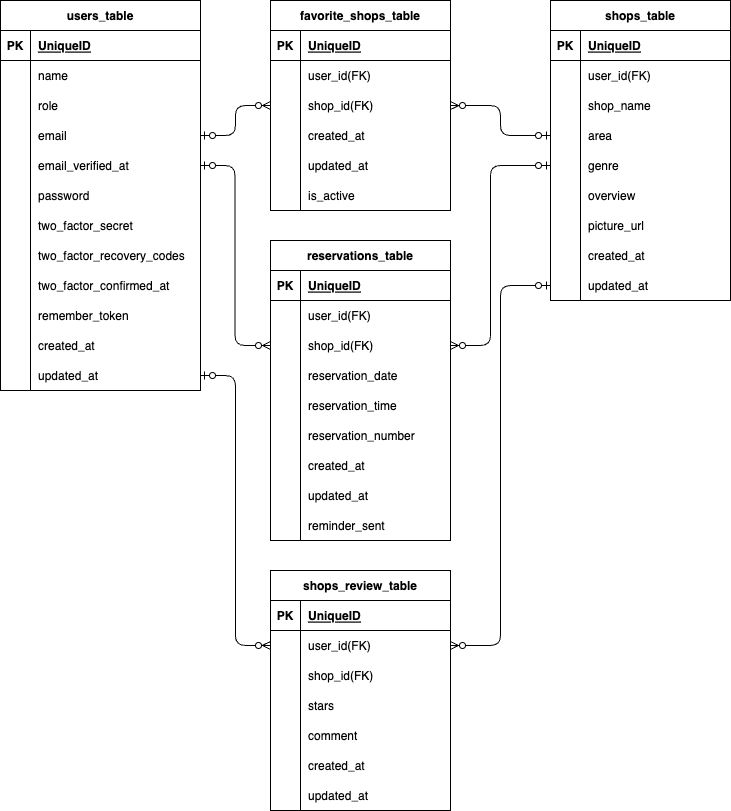
This is src/ER_drawing.drawio.png from hirokam/Rese_dev, a draw.io export, as it was before one commit. Source tidied: cells renumbered, new cells last; positions are measured from the earlier drawing's top-left corner, leaving out a move shared by most shapes.
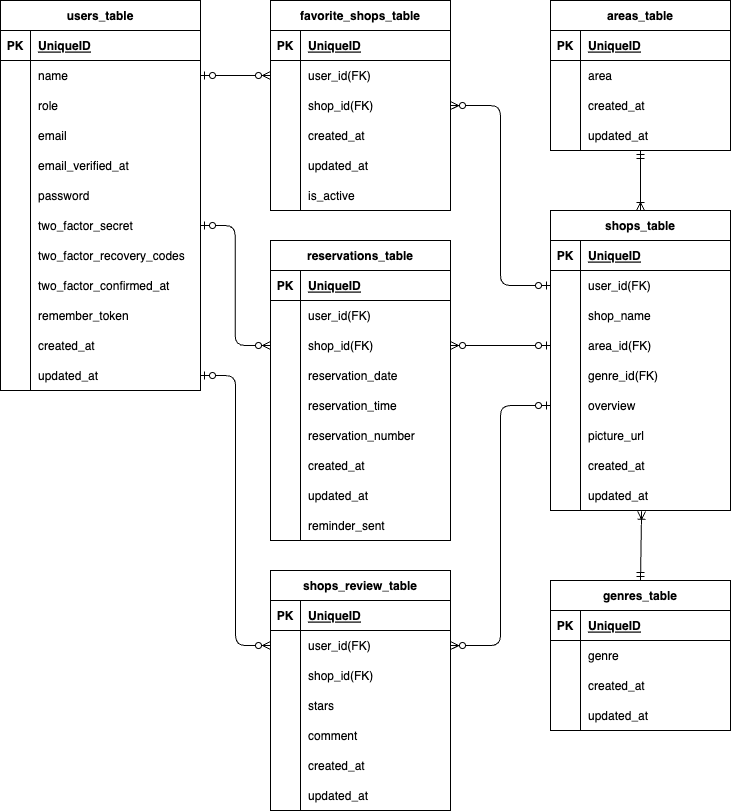
The same diagram one commit later.

What changed in the source:
```diff
@@ -114,7 +114,7 @@
       <mxGeometry x="30" width="170" height="30" as="geometry" />
     </mxCell>
     <mxCell id="39" value="shops_table" style="shape=table;startSize=30;rowLines=0;fontStyle=1;align=center;" parent="1" vertex="1">
-      <mxGeometry x="550" width="180" height="300" as="geometry" />
+      <mxGeometry x="550" y="210" width="180" height="300" as="geometry" />
     </mxCell>
     <mxCell id="40" style="shape=tableRow;horizontal=0;startSize=0;swimlaneHead=0;swimlaneBody=0;fillColor=none;top=0;left=0;right=0;bottom=1;" parent="39" vertex="1">
       <mxGeometry y="30" width="180" height="30" as="geometry" />
@@ -149,7 +149,7 @@
     <mxCell id="50" style="shape=partialRectangle;fillColor=none;top=0;left=0;bottom=0;right=0;overflow=hidden;" parent="49" vertex="1">
       <mxGeometry width="30" height="30" as="geometry" />
     </mxCell>
-    <mxCell id="51" value="area" style="shape=partialRectangle;fillColor=none;top=0;left=0;bottom=0;right=0;align=left;spacingLeft=6;overflow=hidden;" parent="49" vertex="1">
+    <mxCell id="51" value="area_id(FK)" style="shape=partialRectangle;fillColor=none;top=0;left=0;bottom=0;right=0;align=left;spacingLeft=6;overflow=hidden;" parent="49" vertex="1">
       <mxGeometry x="30" width="150" height="30" as="geometry" />
     </mxCell>
     <mxCell id="52" style="shape=tableRow;horizontal=0;startSize=0;swimlaneHead=0;swimlaneBody=0;fillColor=none;points=[[0,0.5],[1,0.5]];portConstraint=eastwest;top=0;left=0;right=0;bottom=0;" parent="39" vertex="1">
@@ -158,7 +158,7 @@
     <mxCell id="53" style="shape=partialRectangle;fillColor=none;top=0;left=0;bottom=0;right=0;overflow=hidden;" parent="52" vertex="1">
       <mxGeometry width="30" height="30" as="geometry" />
     </mxCell>
-    <mxCell id="54" value="genre" style="shape=partialRectangle;fillColor=none;top=0;left=0;bottom=0;right=0;align=left;spacingLeft=6;overflow=hidden;" parent="52" vertex="1">
+    <mxCell id="54" value="genre_id(FK)" style="shape=partialRectangle;fillColor=none;top=0;left=0;bottom=0;right=0;align=left;spacingLeft=6;overflow=hidden;" parent="52" vertex="1">
       <mxGeometry x="30" width="150" height="30" as="geometry" />
     </mxCell>
     <mxCell id="55" style="shape=tableRow;horizontal=0;startSize=0;swimlaneHead=0;swimlaneBody=0;fillColor=none;points=[[0,0.5],[1,0.5]];portConstraint=eastwest;top=0;left=0;right=0;bottom=0;" parent="39" vertex="1">
@@ -338,21 +338,17 @@
     <mxCell id="113" value="reminder_sent" style="shape=partialRectangle;fillColor=none;top=0;left=0;bottom=0;right=0;align=left;spacingLeft=6;overflow=hidden;" parent="111" vertex="1">
       <mxGeometry x="30" width="150" height="30" as="geometry" />
     </mxCell>
-    <mxCell id="114" style="fontSize=12;html=1;endArrow=ERzeroToMany;startArrow=ERzeroToOne;entryX=0;entryY=0.5;entryDx=0;entryDy=0;exitX=1;exitY=0.5;exitDx=0;exitDy=0;edgeStyle=orthogonalEdgeStyle;" parent="1" edge="1" source="12" target="74">
+    <mxCell id="114" style="fontSize=12;html=1;endArrow=ERzeroToMany;startArrow=ERzeroToOne;entryX=0;entryY=0.5;entryDx=0;entryDy=0;exitX=1;exitY=0.5;exitDx=0;exitDy=0;" parent="1" edge="1" source="6" target="71">
       <mxGeometry relative="1" as="geometry" />
     </mxCell>
-    <mxCell id="115" style="fontSize=12;html=1;endArrow=ERzeroToMany;startArrow=ERzeroToOne;entryX=1;entryY=0.5;entryDx=0;entryDy=0;exitX=0;exitY=0.5;exitDx=0;exitDy=0;edgeStyle=orthogonalEdgeStyle;" parent="1" edge="1" source="49" target="74">
+    <mxCell id="115" style="fontSize=12;html=1;endArrow=ERzeroToMany;startArrow=ERzeroToOne;entryX=1;entryY=0.5;entryDx=0;entryDy=0;exitX=0;exitY=0.5;exitDx=0;exitDy=0;edgeStyle=orthogonalEdgeStyle;" parent="1" edge="1" source="43" target="74">
       <mxGeometry relative="1" as="geometry" />
     </mxCell>
-    <mxCell id="116" style="fontSize=12;html=1;endArrow=ERzeroToMany;startArrow=ERzeroToOne;entryX=0;entryY=0.5;entryDx=0;entryDy=0;exitX=1;exitY=0.5;exitDx=0;exitDy=0;edgeStyle=elbowEdgeStyle;" parent="1" edge="1" source="15" target="93">
+    <mxCell id="116" style="fontSize=12;html=1;endArrow=ERzeroToMany;startArrow=ERzeroToOne;entryX=0;entryY=0.5;entryDx=0;entryDy=0;exitX=1;exitY=0.5;exitDx=0;exitDy=0;edgeStyle=elbowEdgeStyle;" parent="1" edge="1" source="21" target="93">
       <mxGeometry relative="1" as="geometry" />
     </mxCell>
-    <mxCell id="117" style="fontSize=12;html=1;endArrow=ERzeroToMany;startArrow=ERzeroToOne;entryX=1;entryY=0.5;entryDx=0;entryDy=0;exitX=0;exitY=0.5;exitDx=0;exitDy=0;edgeStyle=elbowEdgeStyle;" parent="1" edge="1" source="52" target="93">
-      <mxGeometry relative="1" as="geometry">
-        <Array as="points">
-          <mxPoint x="490" y="260" />
-        </Array>
-      </mxGeometry>
+    <mxCell id="117" style="fontSize=12;html=1;endArrow=ERzeroToMany;startArrow=ERzeroToOne;entryX=1;entryY=0.5;entryDx=0;entryDy=0;exitX=0;exitY=0.5;exitDx=0;exitDy=0;" parent="1" edge="1" source="49" target="93">
+      <mxGeometry relative="1" as="geometry" />
     </mxCell>
     <mxCell id="118" value="shops_review_table" style="shape=table;startSize=30;rowLines=0;fontStyle=1;align=center;" parent="1" vertex="1">
       <mxGeometry x="270" y="570" width="180" height="240" as="geometry" />
@@ -423,8 +419,94 @@
     <mxCell id="140" style="edgeStyle=orthogonalEdgeStyle;fontSize=12;html=1;endArrow=ERzeroToMany;startArrow=ERzeroToOne;exitX=1;exitY=0.5;exitDx=0;exitDy=0;entryX=0;entryY=0.5;entryDx=0;entryDy=0;" parent="1" edge="1" source="36" target="122">
       <mxGeometry relative="1" as="geometry" />
     </mxCell>
-    <mxCell id="141" style="edgeStyle=orthogonalEdgeStyle;fontSize=12;html=1;endArrow=ERzeroToMany;startArrow=ERzeroToOne;exitX=0;exitY=0.5;exitDx=0;exitDy=0;entryX=1;entryY=0.5;entryDx=0;entryDy=0;" parent="1" edge="1" source="64" target="122">
+    <mxCell id="141" style="edgeStyle=orthogonalEdgeStyle;fontSize=12;html=1;endArrow=ERzeroToMany;startArrow=ERzeroToOne;exitX=0;exitY=0.5;exitDx=0;exitDy=0;entryX=1;entryY=0.5;entryDx=0;entryDy=0;" parent="1" edge="1" source="55" target="122">
       <mxGeometry relative="1" as="geometry" />
     </mxCell>
+    <mxCell id="142" value="areas_table" style="shape=table;startSize=30;rowLines=0;fontStyle=1;align=center;" parent="1" vertex="1">
+      <mxGeometry x="550" width="180" height="150" as="geometry" />
+    </mxCell>
+    <mxCell id="143" style="shape=tableRow;horizontal=0;startSize=0;swimlaneHead=0;swimlaneBody=0;fillColor=none;top=0;left=0;right=0;bottom=1;" parent="142" vertex="1">
+      <mxGeometry y="30" width="180" height="30" as="geometry" />
+    </mxCell>
+    <mxCell id="144" value="PK" style="shape=partialRectangle;fillColor=none;top=0;left=0;bottom=0;right=0;fontStyle=1;overflow=hidden;" parent="143" vertex="1">
+      <mxGeometry width="30" height="30" as="geometry" />
+    </mxCell>
+    <mxCell id="145" value="UniqueID" style="shape=partialRectangle;fillColor=none;top=0;left=0;bottom=0;right=0;align=left;spacingLeft=6;fontStyle=5;overflow=hidden;" parent="143" vertex="1">
+      <mxGeometry x="30" width="150" height="30" as="geometry" />
+    </mxCell>
+    <mxCell id="146" style="shape=tableRow;horizontal=0;startSize=0;swimlaneHead=0;swimlaneBody=0;fillColor=none;top=0;left=0;right=0;bottom=0;" parent="142" vertex="1">
+      <mxGeometry y="60" width="180" height="30" as="geometry" />
+    </mxCell>
+    <mxCell id="147" style="shape=partialRectangle;fillColor=none;top=0;left=0;bottom=0;right=0;overflow=hidden;" parent="146" vertex="1">
+      <mxGeometry width="30" height="30" as="geometry" />
+    </mxCell>
+    <mxCell id="148" value="area" style="shape=partialRectangle;fillColor=none;top=0;left=0;bottom=0;right=0;align=left;spacingLeft=6;overflow=hidden;" parent="146" vertex="1">
+      <mxGeometry x="30" width="150" height="30" as="geometry" />
+    </mxCell>
+    <mxCell id="149" style="shape=tableRow;horizontal=0;startSize=0;swimlaneHead=0;swimlaneBody=0;fillColor=none;top=0;left=0;right=0;bottom=0;" parent="142" vertex="1">
+      <mxGeometry y="90" width="180" height="30" as="geometry" />
+    </mxCell>
+    <mxCell id="150" style="shape=partialRectangle;fillColor=none;top=0;left=0;bottom=0;right=0;overflow=hidden;" parent="149" vertex="1">
+      <mxGeometry width="30" height="30" as="geometry" />
+    </mxCell>
+    <mxCell id="151" value="created_at" style="shape=partialRectangle;fillColor=none;top=0;left=0;bottom=0;right=0;align=left;spacingLeft=6;overflow=hidden;" parent="149" vertex="1">
+      <mxGeometry x="30" width="150" height="30" as="geometry" />
+    </mxCell>
+    <mxCell id="152" style="shape=tableRow;horizontal=0;startSize=0;swimlaneHead=0;swimlaneBody=0;fillColor=none;top=0;left=0;right=0;bottom=0;" parent="142" vertex="1">
+      <mxGeometry y="120" width="180" height="30" as="geometry" />
+    </mxCell>
+    <mxCell id="153" style="shape=partialRectangle;fillColor=none;top=0;left=0;bottom=0;right=0;overflow=hidden;" parent="152" vertex="1">
+      <mxGeometry width="30" height="30" as="geometry" />
+    </mxCell>
+    <mxCell id="154" value="updated_at" style="shape=partialRectangle;fillColor=none;top=0;left=0;bottom=0;right=0;align=left;spacingLeft=6;overflow=hidden;" parent="152" vertex="1">
+      <mxGeometry x="30" width="150" height="30" as="geometry" />
+    </mxCell>
+    <mxCell id="155" value="genres_table" style="shape=table;startSize=30;rowLines=0;fontStyle=1;align=center;" parent="1" vertex="1">
+      <mxGeometry x="550" y="580" width="180" height="150" as="geometry" />
+    </mxCell>
+    <mxCell id="156" style="shape=tableRow;horizontal=0;startSize=0;swimlaneHead=0;swimlaneBody=0;fillColor=none;top=0;left=0;right=0;bottom=1;" parent="155" vertex="1">
+      <mxGeometry y="30" width="180" height="30" as="geometry" />
+    </mxCell>
+    <mxCell id="157" value="PK" style="shape=partialRectangle;fillColor=none;top=0;left=0;bottom=0;right=0;fontStyle=1;overflow=hidden;" parent="156" vertex="1">
+      <mxGeometry width="30" height="30" as="geometry" />
+    </mxCell>
+    <mxCell id="158" value="UniqueID" style="shape=partialRectangle;fillColor=none;top=0;left=0;bottom=0;right=0;align=left;spacingLeft=6;fontStyle=5;overflow=hidden;" parent="156" vertex="1">
+      <mxGeometry x="30" width="150" height="30" as="geometry" />
+    </mxCell>
+    <mxCell id="159" style="shape=tableRow;horizontal=0;startSize=0;swimlaneHead=0;swimlaneBody=0;fillColor=none;top=0;left=0;right=0;bottom=0;" parent="155" vertex="1">
+      <mxGeometry y="60" width="180" height="30" as="geometry" />
+    </mxCell>
+    <mxCell id="160" style="shape=partialRectangle;fillColor=none;top=0;left=0;bottom=0;right=0;overflow=hidden;" parent="159" vertex="1">
+      <mxGeometry width="30" height="30" as="geometry" />
+    </mxCell>
+    <mxCell id="161" value="genre" style="shape=partialRectangle;fillColor=none;top=0;left=0;bottom=0;right=0;align=left;spacingLeft=6;overflow=hidden;" parent="159" vertex="1">
+      <mxGeometry x="30" width="150" height="30" as="geometry" />
+    </mxCell>
+    <mxCell id="162" style="shape=tableRow;horizontal=0;startSize=0;swimlaneHead=0;swimlaneBody=0;fillColor=none;top=0;left=0;right=0;bottom=0;" parent="155" vertex="1">
+      <mxGeometry y="90" width="180" height="30" as="geometry" />
+    </mxCell>
+    <mxCell id="163" style="shape=partialRectangle;fillColor=none;top=0;left=0;bottom=0;right=0;overflow=hidden;" parent="162" vertex="1">
+      <mxGeometry width="30" height="30" as="geometry" />
+    </mxCell>
+    <mxCell id="164" value="created_at" style="shape=partialRectangle;fillColor=none;top=0;left=0;bottom=0;right=0;align=left;spacingLeft=6;overflow=hidden;" parent="162" vertex="1">
+      <mxGeometry x="30" width="150" height="30" as="geometry" />
+    </mxCell>
+    <mxCell id="165" style="shape=tableRow;horizontal=0;startSize=0;swimlaneHead=0;swimlaneBody=0;fillColor=none;top=0;left=0;right=0;bottom=0;" parent="155" vertex="1">
+      <mxGeometry y="120" width="180" height="30" as="geometry" />
+    </mxCell>
+    <mxCell id="166" style="shape=partialRectangle;fillColor=none;top=0;left=0;bottom=0;right=0;overflow=hidden;" parent="165" vertex="1">
+      <mxGeometry width="30" height="30" as="geometry" />
+    </mxCell>
+    <mxCell id="167" value="updated_at" style="shape=partialRectangle;fillColor=none;top=0;left=0;bottom=0;right=0;align=left;spacingLeft=6;overflow=hidden;" parent="165" vertex="1">
+      <mxGeometry x="30" width="150" height="30" as="geometry" />
+    </mxCell>
+    <mxCell id="168" style="fontSize=12;html=1;endArrow=ERoneToMany;startArrow=ERmandOne;entryX=0.5;entryY=0;entryDx=0;entryDy=0;" parent="1" edge="1" target="39">
+      <mxGeometry relative="1" as="geometry">
+        <mxPoint x="640" y="150" as="sourcePoint" />
+      </mxGeometry>
+    </mxCell>
+    <mxCell id="169" style="fontSize=12;html=1;endArrow=ERoneToMany;startArrow=ERmandOne;exitX=0.5;exitY=0;exitDx=0;exitDy=0;entryX=0.506;entryY=1.025;entryDx=0;entryDy=0;entryPerimeter=0;" parent="1" edge="1" source="155" target="64">
+      <mxGeometry relative="1" as="geometry" />
+    </mxCell>
   </root>
 </mxGraphModel>
```
